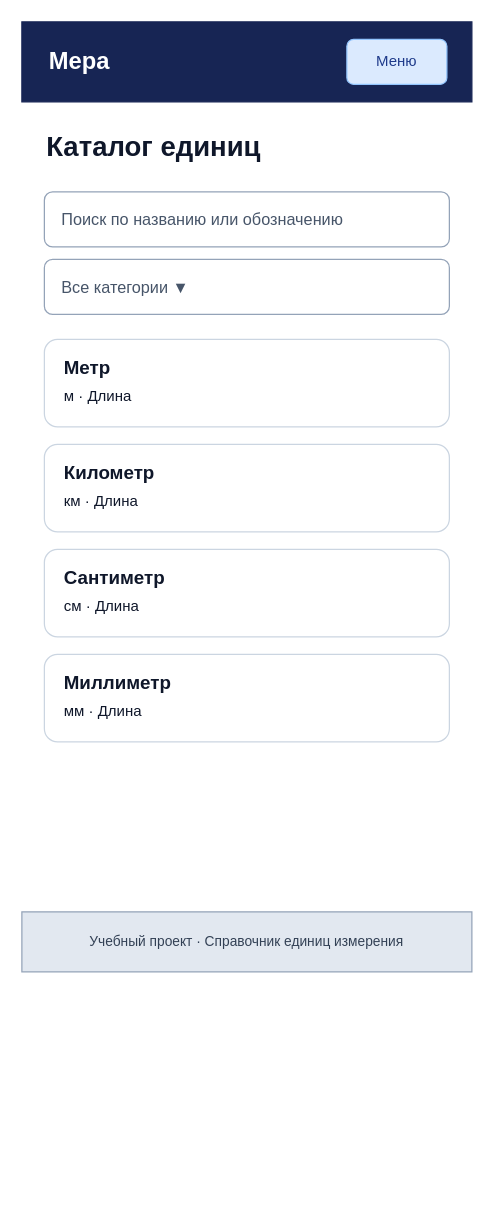
Earlier version of the draw.io diagram page "Каталог единиц — Mobile" (5 of 11) of design/prototypes.drawio (Anatoly-Sobolev/web). Source tidied: cells renumbered, new cells numbered last; positions are measured from the earlier drawing's top-left corner, leaving out a move shared by most shapes. Both pictures are drawn from the tidied source at 125%, with x=0, y=0 at pixel (21, 21).
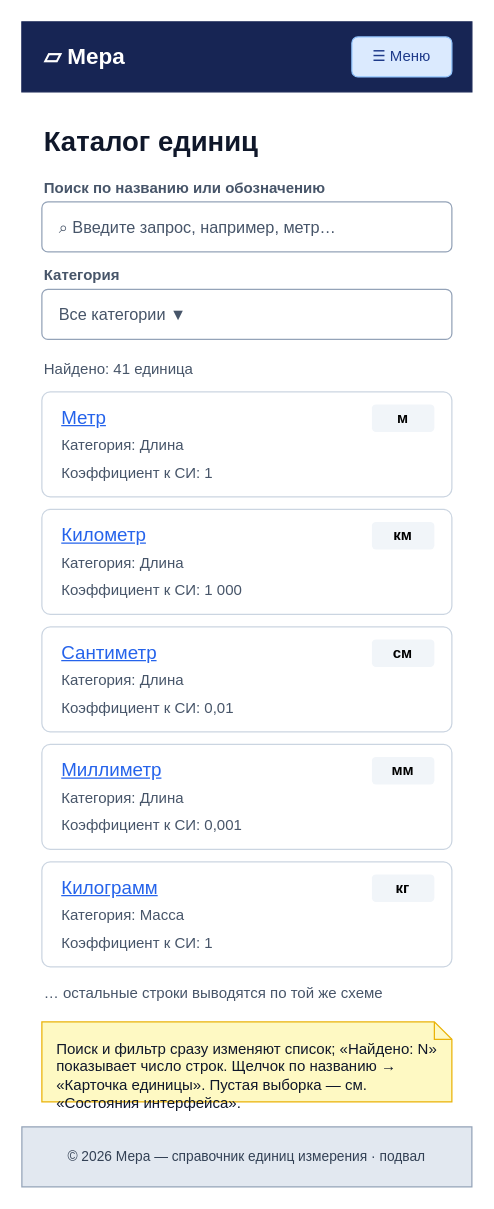
Above is the later version.

The edit, as a diff of the source:
```diff
@@
-    <mxCell id="2" value="Мера" style="rounded=0;whiteSpace=wrap;html=1;fillColor=#172554;strokeColor=#172554;fontColor=#ffffff;fontSize=19;fontStyle=1;align=left;spacingLeft=20;" parent="1" vertex="1">
-      <mxGeometry width="360" height="64" as="geometry" />
-    </mxCell>
-    <mxCell id="3" value="Меню" style="rounded=1;whiteSpace=wrap;html=1;fillColor=#dbeafe;strokeColor=#93c5fd;fontColor=#1e3a8a;fontSize=12;" parent="1" vertex="1">
-      <mxGeometry x="260" y="14" width="80" height="36" as="geometry" />
-    </mxCell>
+    <mxCell id="20" style="rounded=0;whiteSpace=wrap;html=1;fillColor=#172554;strokeColor=#172554;" parent="1" vertex="1">
+      <mxGeometry width="360" height="56" as="geometry" />
+    </mxCell>
+    <mxCell id="21" value="▱ Мера" style="text;html=1;strokeColor=none;fillColor=none;fontColor=#ffffff;fontSize=18;fontStyle=1;align=left;verticalAlign=middle;" parent="1" vertex="1">
+      <mxGeometry x="16" y="12" width="110" height="32" as="geometry" />
+    </mxCell>
+    <mxCell id="22" value="☰ Меню" style="rounded=1;whiteSpace=wrap;html=1;fillColor=#dbeafe;strokeColor=#93c5fd;fontColor=#1e3a8a;fontSize=12;" parent="1" vertex="1">
+      <mxGeometry x="264" y="12" width="80" height="32" as="geometry" />
+    </mxCell>
     <mxCell id="4" value="Каталог единиц" style="text;html=1;strokeColor=none;fillColor=none;align=left;verticalAlign=middle;whiteSpace=wrap;fontSize=22;fontStyle=1;fontColor=#0f172a;" parent="1" vertex="1">
-      <mxGeometry x="18" y="82" width="324" height="38" as="geometry" />
+      <mxGeometry x="16" y="80" width="328" height="34" as="geometry" />
     </mxCell>
-    <mxCell id="5" value="Поиск по названию или обозначению" style="rounded=1;whiteSpace=wrap;html=1;fillColor=#ffffff;strokeColor=#94a3b8;fontColor=#475569;align=left;spacingLeft=12;fontSize=13;" parent="1" vertex="1">
-      <mxGeometry x="18" y="136" width="324" height="44" as="geometry" />
+    <mxCell id="5" value="Поиск по названию или обозначению" style="text;html=1;strokeColor=none;fillColor=none;align=left;verticalAlign=middle;whiteSpace=wrap;fontSize=12;fontStyle=1;fontColor=#475569;" parent="1" vertex="1">
+      <mxGeometry x="16" y="124" width="328" height="18" as="geometry" />
     </mxCell>
+    <mxCell id="23" value="⌕  Введите запрос, например, метр…" style="rounded=1;arcSize=12;whiteSpace=wrap;html=1;fillColor=#ffffff;strokeColor=#94a3b8;fontColor=#475569;align=left;spacingLeft=12;fontSize=13;" parent="1" vertex="1">
+      <mxGeometry x="16" y="144" width="328" height="40" as="geometry" />
+    </mxCell>
+    <mxCell id="24" value="Категория" style="text;html=1;strokeColor=none;fillColor=none;align=left;verticalAlign=middle;whiteSpace=wrap;fontSize=12;fontStyle=1;fontColor=#475569;" parent="1" vertex="1">
+      <mxGeometry x="16" y="194" width="328" height="18" as="geometry" />
+    </mxCell>
-    <mxCell id="6" value="Все категории ▼" style="rounded=1;whiteSpace=wrap;html=1;fillColor=#ffffff;strokeColor=#94a3b8;fontColor=#475569;align=left;spacingLeft=12;fontSize=13;" parent="1" vertex="1">
-      <mxGeometry x="18" y="190" width="324" height="44" as="geometry" />
+    <mxCell id="6" value="Все категории ▼" style="rounded=1;arcSize=12;whiteSpace=wrap;html=1;fillColor=#ffffff;strokeColor=#94a3b8;fontColor=#475569;align=left;spacingLeft=12;fontSize=13;" parent="1" vertex="1">
+      <mxGeometry x="16" y="214" width="328" height="40" as="geometry" />
     </mxCell>
-    <mxCell id="7" style="rounded=1;whiteSpace=wrap;html=1;fillColor=#ffffff;strokeColor=#cbd5e1;" parent="1" vertex="1">
-      <mxGeometry x="18" y="254" width="324" height="70" as="geometry" />
-    </mxCell>
+    <mxCell id="25" value="Найдено: 41 единица" style="text;html=1;strokeColor=none;fillColor=none;align=left;verticalAlign=middle;whiteSpace=wrap;fontSize=12;fontStyle=0;fontColor=#475569;" parent="1" vertex="1">
+      <mxGeometry x="16" y="268" width="328" height="20" as="geometry" />
+    </mxCell>
+    <mxCell id="26" style="rounded=1;arcSize=8;whiteSpace=wrap;html=1;fillColor=#ffffff;strokeColor=#cbd5e1;" parent="1" vertex="1">
+      <mxGeometry x="16" y="296" width="328" height="84" as="geometry" />
+    </mxCell>
-    <mxCell id="8" value="Метр" style="text;html=1;strokeColor=none;fillColor=none;align=left;verticalAlign=middle;whiteSpace=wrap;fontSize=15;fontStyle=1;fontColor=#0f172a;" parent="1" vertex="1">
-      <mxGeometry x="32" y="264" width="296" height="24" as="geometry" />
+    <mxCell id="8" value="Метр" style="text;html=1;strokeColor=none;fillColor=none;align=left;verticalAlign=middle;whiteSpace=wrap;fontSize=15;fontColor=#2563eb;fontStyle=4;" parent="1" vertex="1">
+      <mxGeometry x="30" y="304" width="238" height="24" as="geometry" />
     </mxCell>
-    <mxCell id="9" value="м · Длина" style="text;html=1;strokeColor=none;fillColor=none;align=left;verticalAlign=middle;whiteSpace=wrap;fontSize=12;fontStyle=0;fontColor=#0f172a;" parent="1" vertex="1">
-      <mxGeometry x="32" y="290" width="296" height="20" as="geometry" />
-    </mxCell>
-    <mxCell id="10" style="rounded=1;whiteSpace=wrap;html=1;fillColor=#ffffff;strokeColor=#cbd5e1;" parent="1" vertex="1">
-      <mxGeometry x="18" y="338" width="324" height="70" as="geometry" />
-    </mxCell>
+    <mxCell id="27" value="м" style="rounded=1;whiteSpace=wrap;html=1;fillColor=#f1f5f9;strokeColor=none;fontSize=12;fontStyle=1;" parent="1" vertex="1">
+      <mxGeometry x="280" y="306" width="50" height="22" as="geometry" />
+    </mxCell>
+    <mxCell id="28" value="Категория: Длина" style="text;html=1;strokeColor=none;fillColor=none;align=left;verticalAlign=middle;whiteSpace=wrap;fontSize=12;fontStyle=0;fontColor=#475569;" parent="1" vertex="1">
+      <mxGeometry x="30" y="330" width="300" height="18" as="geometry" />
+    </mxCell>
+    <mxCell id="29" value="Коэффициент к СИ: 1" style="text;html=1;strokeColor=none;fillColor=none;align=left;verticalAlign=middle;whiteSpace=wrap;fontSize=12;fontStyle=0;fontColor=#475569;" parent="1" vertex="1">
+      <mxGeometry x="30" y="352" width="300" height="18" as="geometry" />
+    </mxCell>
+    <mxCell id="30" style="rounded=1;arcSize=8;whiteSpace=wrap;html=1;fillColor=#ffffff;strokeColor=#cbd5e1;" parent="1" vertex="1">
+      <mxGeometry x="16" y="390" width="328" height="84" as="geometry" />
+    </mxCell>
-    <mxCell id="11" value="Километр" style="text;html=1;strokeColor=none;fillColor=none;align=left;verticalAlign=middle;whiteSpace=wrap;fontSize=15;fontStyle=1;fontColor=#0f172a;" parent="1" vertex="1">
-      <mxGeometry x="32" y="348" width="296" height="24" as="geometry" />
+    <mxCell id="11" value="Километр" style="text;html=1;strokeColor=none;fillColor=none;align=left;verticalAlign=middle;whiteSpace=wrap;fontSize=15;fontColor=#2563eb;fontStyle=4;" parent="1" vertex="1">
+      <mxGeometry x="30" y="398" width="238" height="24" as="geometry" />
     </mxCell>
-    <mxCell id="12" value="км · Длина" style="text;html=1;strokeColor=none;fillColor=none;align=left;verticalAlign=middle;whiteSpace=wrap;fontSize=12;fontStyle=0;fontColor=#0f172a;" parent="1" vertex="1">
-      <mxGeometry x="32" y="374" width="296" height="20" as="geometry" />
-    </mxCell>
-    <mxCell id="13" style="rounded=1;whiteSpace=wrap;html=1;fillColor=#ffffff;strokeColor=#cbd5e1;" parent="1" vertex="1">
-      <mxGeometry x="18" y="422" width="324" height="70" as="geometry" />
-    </mxCell>
+    <mxCell id="31" value="км" style="rounded=1;whiteSpace=wrap;html=1;fillColor=#f1f5f9;strokeColor=none;fontSize=12;fontStyle=1;" parent="1" vertex="1">
+      <mxGeometry x="280" y="400" width="50" height="22" as="geometry" />
+    </mxCell>
+    <mxCell id="32" value="Категория: Длина" style="text;html=1;strokeColor=none;fillColor=none;align=left;verticalAlign=middle;whiteSpace=wrap;fontSize=12;fontStyle=0;fontColor=#475569;" parent="1" vertex="1">
+      <mxGeometry x="30" y="424" width="300" height="18" as="geometry" />
+    </mxCell>
+    <mxCell id="33" value="Коэффициент к СИ: 1 000" style="text;html=1;strokeColor=none;fillColor=none;align=left;verticalAlign=middle;whiteSpace=wrap;fontSize=12;fontStyle=0;fontColor=#475569;" parent="1" vertex="1">
+      <mxGeometry x="30" y="446" width="300" height="18" as="geometry" />
+    </mxCell>
+    <mxCell id="34" style="rounded=1;arcSize=8;whiteSpace=wrap;html=1;fillColor=#ffffff;strokeColor=#cbd5e1;" parent="1" vertex="1">
+      <mxGeometry x="16" y="484" width="328" height="84" as="geometry" />
+    </mxCell>
-    <mxCell id="14" value="Сантиметр" style="text;html=1;strokeColor=none;fillColor=none;align=left;verticalAlign=middle;whiteSpace=wrap;fontSize=15;fontStyle=1;fontColor=#0f172a;" parent="1" vertex="1">
-      <mxGeometry x="32" y="432" width="296" height="24" as="geometry" />
+    <mxCell id="14" value="Сантиметр" style="text;html=1;strokeColor=none;fillColor=none;align=left;verticalAlign=middle;whiteSpace=wrap;fontSize=15;fontColor=#2563eb;fontStyle=4;" parent="1" vertex="1">
+      <mxGeometry x="30" y="492" width="238" height="24" as="geometry" />
     </mxCell>
-    <mxCell id="15" value="см · Длина" style="text;html=1;strokeColor=none;fillColor=none;align=left;verticalAlign=middle;whiteSpace=wrap;fontSize=12;fontStyle=0;fontColor=#0f172a;" parent="1" vertex="1">
-      <mxGeometry x="32" y="458" width="296" height="20" as="geometry" />
-    </mxCell>
-    <mxCell id="16" style="rounded=1;whiteSpace=wrap;html=1;fillColor=#ffffff;strokeColor=#cbd5e1;" parent="1" vertex="1">
-      <mxGeometry x="18" y="506" width="324" height="70" as="geometry" />
-    </mxCell>
+    <mxCell id="35" value="см" style="rounded=1;whiteSpace=wrap;html=1;fillColor=#f1f5f9;strokeColor=none;fontSize=12;fontStyle=1;" parent="1" vertex="1">
+      <mxGeometry x="280" y="494" width="50" height="22" as="geometry" />
+    </mxCell>
+    <mxCell id="36" value="Категория: Длина" style="text;html=1;strokeColor=none;fillColor=none;align=left;verticalAlign=middle;whiteSpace=wrap;fontSize=12;fontStyle=0;fontColor=#475569;" parent="1" vertex="1">
+      <mxGeometry x="30" y="518" width="300" height="18" as="geometry" />
+    </mxCell>
+    <mxCell id="37" value="Коэффициент к СИ: 0,01" style="text;html=1;strokeColor=none;fillColor=none;align=left;verticalAlign=middle;whiteSpace=wrap;fontSize=12;fontStyle=0;fontColor=#475569;" parent="1" vertex="1">
+      <mxGeometry x="30" y="540" width="300" height="18" as="geometry" />
+    </mxCell>
+    <mxCell id="38" style="rounded=1;arcSize=8;whiteSpace=wrap;html=1;fillColor=#ffffff;strokeColor=#cbd5e1;" parent="1" vertex="1">
+      <mxGeometry x="16" y="578" width="328" height="84" as="geometry" />
+    </mxCell>
-    <mxCell id="17" value="Миллиметр" style="text;html=1;strokeColor=none;fillColor=none;align=left;verticalAlign=middle;whiteSpace=wrap;fontSize=15;fontStyle=1;fontColor=#0f172a;" parent="1" vertex="1">
-      <mxGeometry x="32" y="516" width="296" height="24" as="geometry" />
+    <mxCell id="17" value="Миллиметр" style="text;html=1;strokeColor=none;fillColor=none;align=left;verticalAlign=middle;whiteSpace=wrap;fontSize=15;fontColor=#2563eb;fontStyle=4;" parent="1" vertex="1">
+      <mxGeometry x="30" y="586" width="238" height="24" as="geometry" />
     </mxCell>
-    <mxCell id="18" value="мм · Длина" style="text;html=1;strokeColor=none;fillColor=none;align=left;verticalAlign=middle;whiteSpace=wrap;fontSize=12;fontStyle=0;fontColor=#0f172a;" parent="1" vertex="1">
-      <mxGeometry x="32" y="542" width="296" height="20" as="geometry" />
-    </mxCell>
-    <mxCell id="19" value="Учебный проект · Справочник единиц измерения" style="rounded=0;whiteSpace=wrap;html=1;fillColor=#e2e8f0;strokeColor=#94a3b8;fontColor=#334155;fontSize=11;" parent="1" vertex="1">
-      <mxGeometry y="712" width="360" height="48" as="geometry" />
-    </mxCell>
+    <mxCell id="39" value="мм" style="rounded=1;whiteSpace=wrap;html=1;fillColor=#f1f5f9;strokeColor=none;fontSize=12;fontStyle=1;" parent="1" vertex="1">
+      <mxGeometry x="280" y="588" width="50" height="22" as="geometry" />
+    </mxCell>
+    <mxCell id="40" value="Категория: Длина" style="text;html=1;strokeColor=none;fillColor=none;align=left;verticalAlign=middle;whiteSpace=wrap;fontSize=12;fontStyle=0;fontColor=#475569;" parent="1" vertex="1">
+      <mxGeometry x="30" y="612" width="300" height="18" as="geometry" />
+    </mxCell>
+    <mxCell id="41" value="Коэффициент к СИ: 0,001" style="text;html=1;strokeColor=none;fillColor=none;align=left;verticalAlign=middle;whiteSpace=wrap;fontSize=12;fontStyle=0;fontColor=#475569;" parent="1" vertex="1">
+      <mxGeometry x="30" y="634" width="300" height="18" as="geometry" />
+    </mxCell>
+    <mxCell id="42" style="rounded=1;arcSize=8;whiteSpace=wrap;html=1;fillColor=#ffffff;strokeColor=#cbd5e1;" parent="1" vertex="1">
+      <mxGeometry x="16" y="672" width="328" height="84" as="geometry" />
+    </mxCell>
+    <mxCell id="43" value="Килограмм" style="text;html=1;strokeColor=none;fillColor=none;align=left;verticalAlign=middle;whiteSpace=wrap;fontSize=15;fontColor=#2563eb;fontStyle=4;" parent="1" vertex="1">
+      <mxGeometry x="30" y="680" width="238" height="24" as="geometry" />
+    </mxCell>
+    <mxCell id="44" value="кг" style="rounded=1;whiteSpace=wrap;html=1;fillColor=#f1f5f9;strokeColor=none;fontSize=12;fontStyle=1;" parent="1" vertex="1">
+      <mxGeometry x="280" y="682" width="50" height="22" as="geometry" />
+    </mxCell>
+    <mxCell id="45" value="Категория: Масса" style="text;html=1;strokeColor=none;fillColor=none;align=left;verticalAlign=middle;whiteSpace=wrap;fontSize=12;fontStyle=0;fontColor=#475569;" parent="1" vertex="1">
+      <mxGeometry x="30" y="706" width="300" height="18" as="geometry" />
+    </mxCell>
+    <mxCell id="46" value="Коэффициент к СИ: 1" style="text;html=1;strokeColor=none;fillColor=none;align=left;verticalAlign=middle;whiteSpace=wrap;fontSize=12;fontStyle=0;fontColor=#475569;" parent="1" vertex="1">
+      <mxGeometry x="30" y="728" width="300" height="18" as="geometry" />
+    </mxCell>
+    <mxCell id="47" value="… остальные строки выводятся по той же схеме" style="text;html=1;strokeColor=none;fillColor=none;align=left;verticalAlign=middle;whiteSpace=wrap;fontSize=12;fontStyle=0;fontColor=#475569;" parent="1" vertex="1">
+      <mxGeometry x="16" y="766" width="328" height="22" as="geometry" />
+    </mxCell>
+    <mxCell id="48" value="Поиск и фильтр сразу изменяют список; «Найдено: N» показывает число строк. Щелчок по названию → «Карточка единицы». Пустая выборка — см. «Состояния интерфейса»." style="shape=note;size=14;whiteSpace=wrap;html=1;fillColor=#fef9c3;strokeColor=#eab308;fontColor=#0f172a;fontSize=12;align=left;spacingLeft=10;spacingRight=10;verticalAlign=top;spacingTop=8;" parent="1" vertex="1">
+      <mxGeometry x="16" y="800" width="328" height="64" as="geometry" />
+    </mxCell>
+    <mxCell id="49" value="© 2026 Мера — справочник единиц измерения · подвал" style="rounded=0;whiteSpace=wrap;html=1;fillColor=#e2e8f0;strokeColor=#94a3b8;fontColor=#334155;fontSize=11;" parent="1" vertex="1">
+      <mxGeometry y="884" width="360" height="48" as="geometry" />
+    </mxCell>
```
